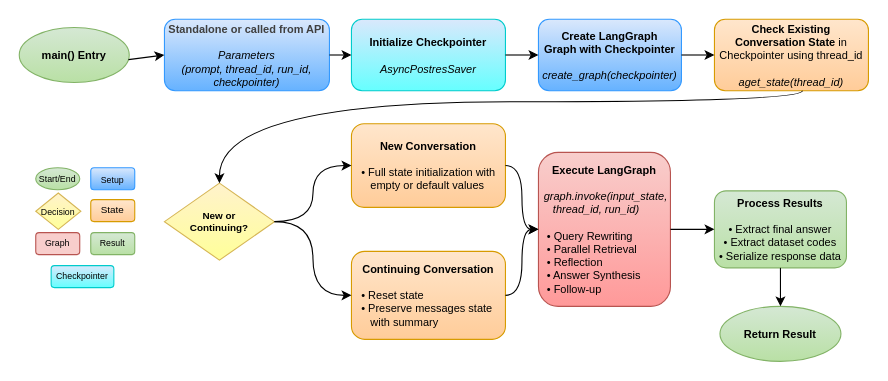
michaelmiscanuk/czsu-multi-agent-text-to-sql keeps this draw.io diagram as other/diagrams/main_execution_flow.drawio. Above is the earlier version. Source tidied: cells renumbered, new cells numbered last; positions are measured from the earlier drawing's top-left corner, leaving out a move shared by most shapes. Both pictures are drawn from the tidied source at 110%, with x=0, y=0 at pixel (19, 19).
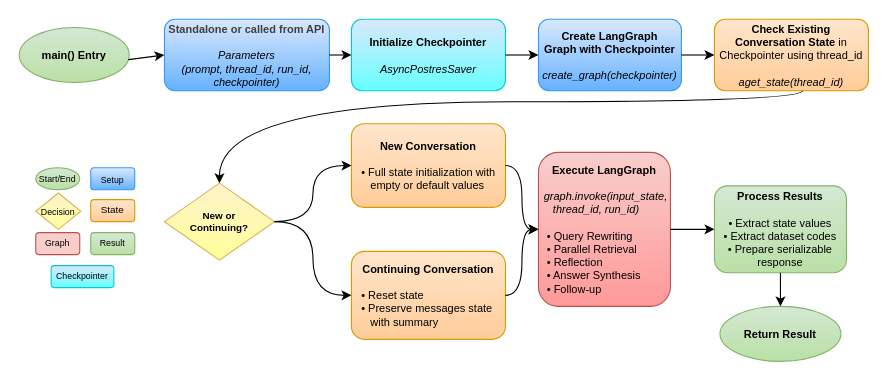
Above is the later version.

Diff of the diagram source:
```diff
@@
-    <mxCell id="11" value="&lt;b&gt;Process Results&lt;/b&gt;&lt;div&gt;&lt;b&gt;&lt;br&gt;&lt;/b&gt;• Extract final answer&lt;br&gt;• Extract dataset codes&lt;br&gt;• Serialize response data&lt;/div&gt;" style="rounded=1;whiteSpace=wrap;html=1;fillColor=#d5e8d4;strokeColor=#82b366;fontSize=10;gradientColor=#B9E0A5;" parent="1" vertex="1">
-      <mxGeometry x="632" y="156" width="120" height="70" as="geometry" />
+    <mxCell id="11" value="&lt;b&gt;Process Results&lt;/b&gt;&lt;div&gt;&lt;b&gt;&lt;br&gt;&lt;/b&gt;• Extract state values&lt;br&gt;• Extract dataset codes&lt;br&gt;• Prepare serializable response&lt;/div&gt;" style="rounded=1;whiteSpace=wrap;html=1;fillColor=#d5e8d4;strokeColor=#82b366;fontSize=10;gradientColor=#B9E0A5;" parent="1" vertex="1">
+      <mxGeometry x="632" y="151.5" width="120" height="79" as="geometry" />
     </mxCell>
```
